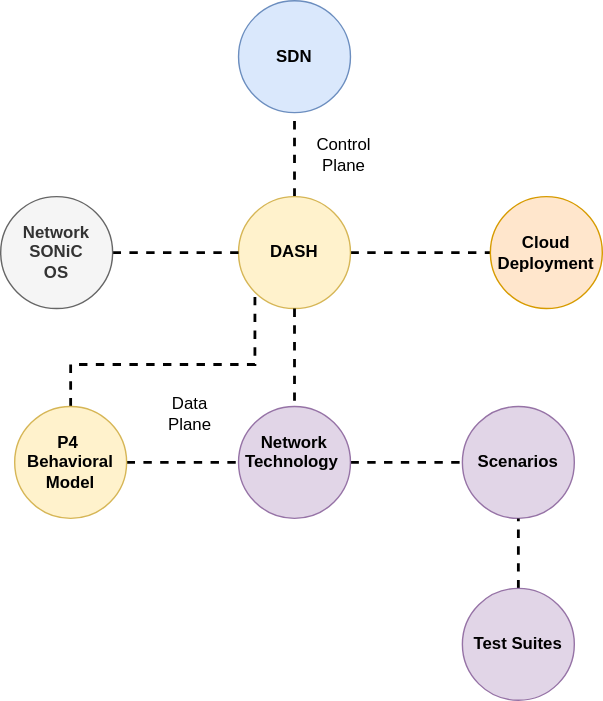
This is documentation/general/design/images/hld/dash-hld-ecosystem.svg from sonic-net/DASH, a draw.io export, as it was before one commit. Source tidied: cells renumbered, new cells last; positions are measured from the earlier drawing's top-left corner, leaving out a move shared by most shapes.
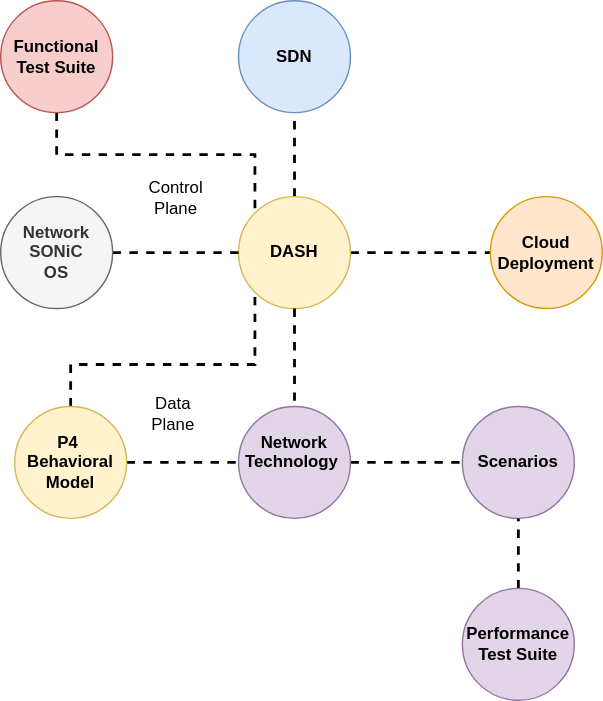
The same diagram one commit later.

Change to the diagram source:
```diff
@@ -40,14 +40,14 @@
     <mxCell id="13" style="edgeStyle=orthogonalEdgeStyle;rounded=0;jettySize=auto;html=1;exitX=0.5;exitY=0;exitDx=0;exitDy=0;entryX=0.5;entryY=1;entryDx=0;entryDy=0;dashed=1;endArrow=none;endFill=0;strokeWidth=2;" parent="1" edge="1" source="14" target="12">
       <mxGeometry relative="1" as="geometry" />
     </mxCell>
-    <mxCell id="14" value="&lt;b&gt;Test Suites&lt;br&gt;&lt;/b&gt;" style="ellipse;whiteSpace=wrap;html=1;fillColor=#e1d5e7;strokeColor=#9673a6;" parent="1" vertex="1">
+    <mxCell id="14" value="&lt;b&gt;Performance&lt;br&gt;Test Suite&lt;br&gt;&lt;/b&gt;" style="ellipse;whiteSpace=wrap;html=1;fillColor=#e1d5e7;strokeColor=#9673a6;" parent="1" vertex="1">
       <mxGeometry x="330" y="420" width="80" height="80" as="geometry" />
     </mxCell>
     <mxCell id="15" value="Control &lt;br&gt;Plane" style="text;html=1;align=center;verticalAlign=middle;strokeColor=none;fillColor=none;" parent="1" vertex="1">
-      <mxGeometry x="220" y="95" width="50" height="30" as="geometry" />
+      <mxGeometry x="100" y="126" width="50" height="30" as="geometry" />
     </mxCell>
     <mxCell id="16" value="Data&lt;br&gt;Plane" style="text;html=1;align=center;verticalAlign=middle;strokeColor=none;fillColor=none;" parent="1" vertex="1">
-      <mxGeometry x="110" y="280" width="50" height="30" as="geometry" />
+      <mxGeometry x="98" y="280" width="50" height="30" as="geometry" />
     </mxCell>
     <mxCell id="17" style="edgeStyle=orthogonalEdgeStyle;rounded=0;jettySize=auto;html=1;exitX=1;exitY=0.5;exitDx=0;exitDy=0;entryX=0;entryY=0.5;entryDx=0;entryDy=0;dashed=1;endArrow=none;endFill=0;strokeWidth=2;" parent="1" edge="1" source="19" target="10">
       <mxGeometry relative="1" as="geometry" />
@@ -63,5 +63,11 @@
     <mxCell id="19" value="&lt;b&gt;P4&amp;nbsp;&lt;br&gt;Behavioral&lt;br&gt;Model&lt;br&gt;&lt;/b&gt;" style="ellipse;whiteSpace=wrap;html=1;fillColor=#fff2cc;strokeColor=#d6b656;" parent="1" vertex="1">
       <mxGeometry x="10" y="290" width="80" height="80" as="geometry" />
     </mxCell>
+    <mxCell id="20" style="edgeStyle=orthogonalEdgeStyle;rounded=0;jettySize=auto;html=1;exitX=0.5;exitY=1;exitDx=0;exitDy=0;entryX=0;entryY=0;entryDx=0;entryDy=0;dashed=1;endArrow=none;endFill=0;strokeWidth=2;" parent="1" edge="1" source="21" target="4">
+      <mxGeometry relative="1" as="geometry" />
+    </mxCell>
+    <mxCell id="21" value="&lt;b&gt;Functional&lt;br&gt;Test Suite&lt;br&gt;&lt;/b&gt;" style="ellipse;whiteSpace=wrap;html=1;fillColor=#f8cecc;strokeColor=#b85450;" parent="1" vertex="1">
+      <mxGeometry width="80" height="80" as="geometry" />
+    </mxCell>
   </root>
 </mxGraphModel>
```
